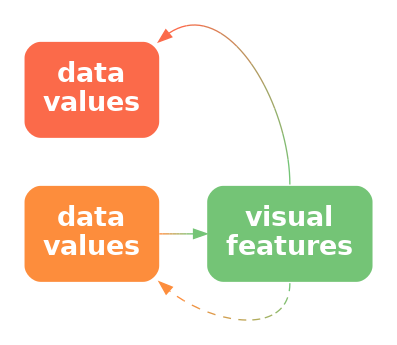
This is Diagrams/dissonant-decode.png from pmur002/hdvw, a Graphviz export, as it was before one commit. Its source is kept beside it as Diagrams/dissonant-decode.dot.
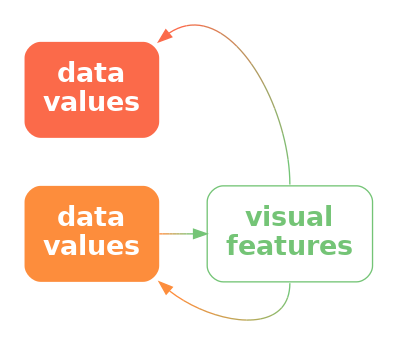
After the commit.

Change to the diagram source:
```diff
@@ -4,9 +4,9 @@
   diss [ label="data\nvalues"; shape=box; style="filled, rounded"; penwidth=0; fontcolor=white; fillcolor="#FB6A4A" ]
   data [ label="data\nvalues"; shape=box; style="filled, rounded"; penwidth=0; fontcolor=white; fillcolor="#FD8D3C" ]
   vis [ label="visual\nfeatures"; shape=box;
-     style="filled, rounded"; penwidth=0; fontcolor=white; fillcolor="#74C476" ]
-  data -> vis [ color="#FD8D3C;0.1:#EE9342;0.1:#DF9949;0.1:#CF9F4F;0.1:#C0A556;0.1:#B1AC5C;0.1:#A2B263;0.1:#92B869;0.1:#83BE70;0.1:#74C476;0.1" ]
+     style="rounded"; color="#74C476"; fontcolor="#74C476" ]
+  data -> vis [ style="bold"; penwidth=1; color="#FD8D3C;0.1:#EE9342;0.1:#DF9949;0.1:#CF9F4F;0.1:#C0A556;0.1:#B1AC5C;0.1:#A2B263;0.1:#92B869;0.1:#83BE70;0.1:#74C476;0.1" ]
   vis:n -> diss:ne [ style="solid", color="#74C476;0.1:#83BA71;0.1:#92B06C;0.1:#A1A667;0.1:#B09C62;0.1:#BF925E;0.1:#CE8859;0.1:#DD7E54;0.1:#EC744F;0.1:#FB6A4A;0.1" ]
-  vis:s -> data:se [ style="dashed", color="#74C476;0.1:#83BE70;0.1:#92B869;0.1:#A2B263;0.1:#B1AC5C;0.1:#C0A556;0.1:#CF9F4F;0.1:#DF9949;0.1:#EE9342;0.1:#FD8D3C;0.1" ]
+  vis:s -> data:se [ style="solid", color="#74C476;0.1:#83BE70;0.1:#92B869;0.1:#A2B263;0.1:#B1AC5C;0.1:#C0A556;0.1:#CF9F4F;0.1:#DF9949;0.1:#EE9342;0.1:#FD8D3C;0.1" ]
 { rank=same; data, diss }
 }
```
